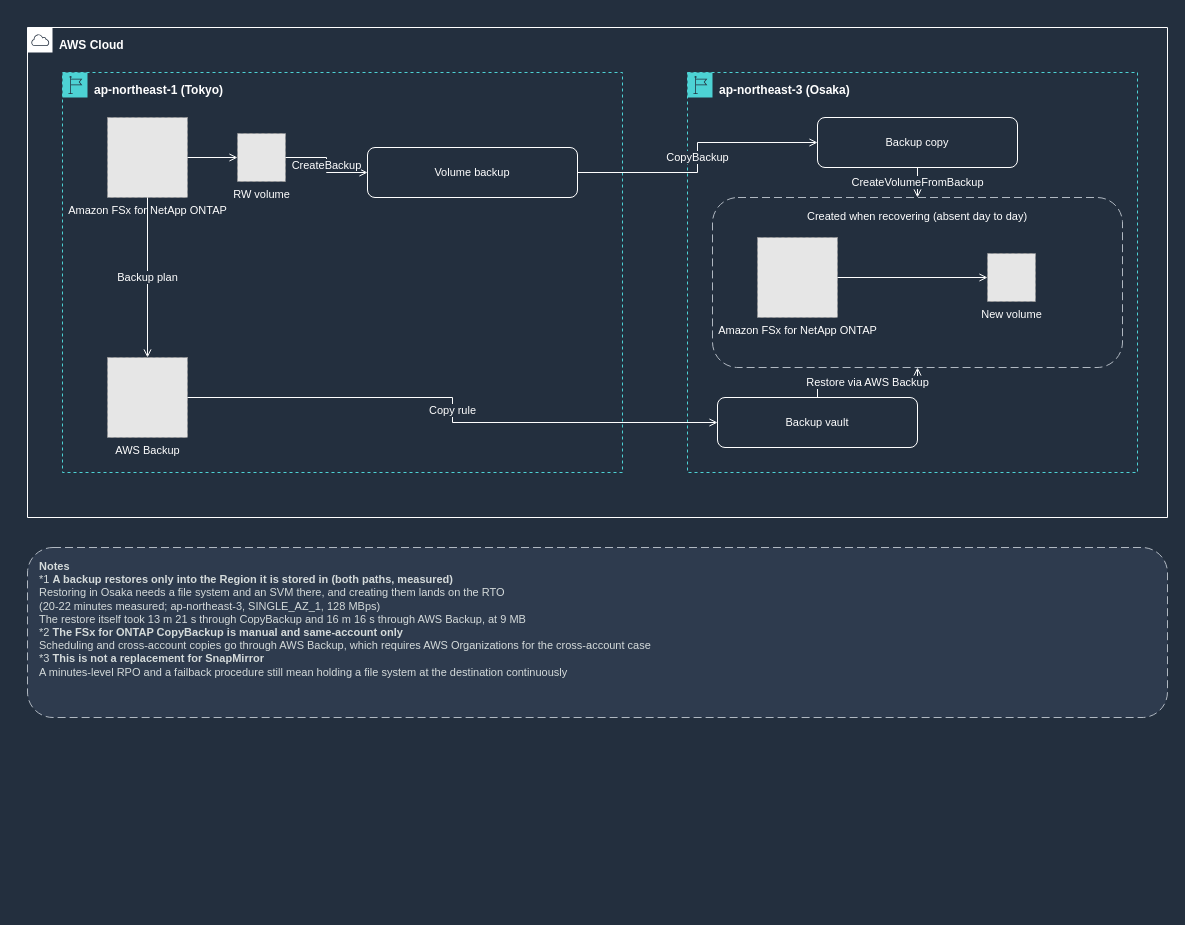
Yoshiki0705/FSx-for-ONTAP-Adoption-Playbook keeps this draw.io diagram as docs/_assets/diagrams/backup-copy-cross-region-en-dark.drawio. Above is the earlier version. Source tidied: cells renumbered, new cells numbered last; positions are measured from the earlier drawing's top-left corner, leaving out a move shared by most shapes. Both pictures are drawn from the tidied source at 100%, with x=0, y=0 at pixel (27, 27). Pictures stored in the file or linked from it are replaced by grey dashed boxes.
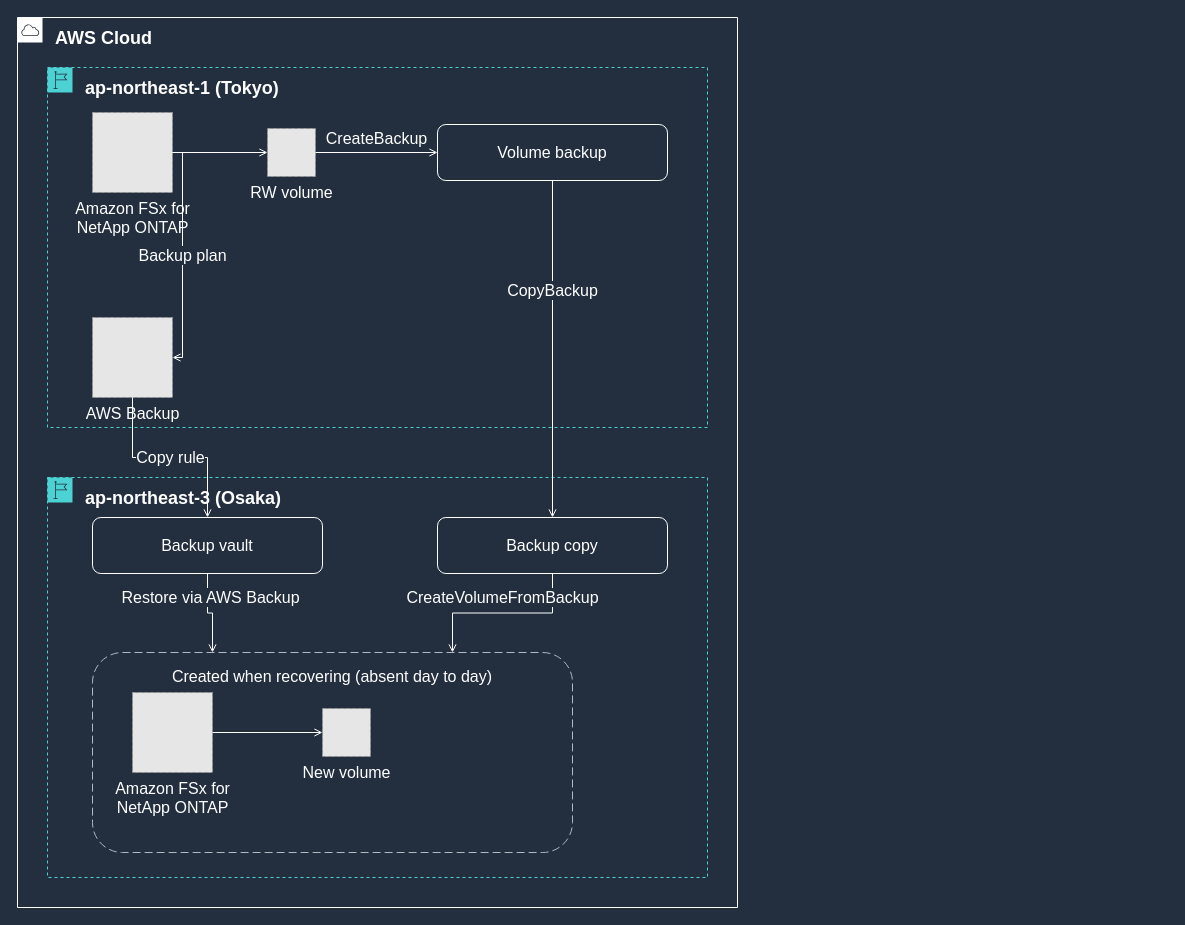
After the change.

Change to the diagram source:
```diff
@@
-    <mxCell id="2" value="AWS Cloud" style="gradientColor=none;html=1;whiteSpace=wrap;fontSize=12;fontStyle=1;fontColor=#FFFFFF;shape=mxgraph.aws4.group;grIcon=mxgraph.aws4.group_aws_cloud;strokeColor=#FFFFFF;fillColor=none;verticalAlign=top;align=left;spacingLeft=30;spacingTop=4;dashed=0;" parent="1" vertex="1">
-      <mxGeometry width="1140" height="490" as="geometry" />
+    <mxCell id="2" value="AWS Cloud" style="gradientColor=none;html=1;whiteSpace=wrap;fontSize=18;fontStyle=1;fontColor=#FFFFFF;shape=mxgraph.aws4.group;grIcon=mxgraph.aws4.group_aws_cloud;strokeColor=#FFFFFF;fillColor=none;verticalAlign=top;align=left;spacingLeft=36;spacingTop=4;dashed=0;" parent="1" vertex="1">
+      <mxGeometry x="-10" y="-10" width="720" height="890" as="geometry" />
     </mxCell>
-    <mxCell id="3" value="ap-northeast-1 (Tokyo)" style="gradientColor=none;html=1;whiteSpace=wrap;fontSize=12;fontStyle=1;fontColor=#FFFFFF;shape=mxgraph.aws4.group;grIcon=mxgraph.aws4.group_region;strokeColor=#4DD2D4;fillColor=none;verticalAlign=top;align=left;spacingLeft=30;spacingTop=4;dashed=1;" parent="1" vertex="1">
-      <mxGeometry x="35" y="45" width="560" height="400" as="geometry" />
+    <mxCell id="3" value="ap-northeast-1 (Tokyo)" style="gradientColor=none;html=1;whiteSpace=wrap;fontSize=18;fontStyle=1;fontColor=#FFFFFF;shape=mxgraph.aws4.group;grIcon=mxgraph.aws4.group_region;strokeColor=#4DD2D4;fillColor=none;verticalAlign=top;align=left;spacingLeft=36;spacingTop=4;dashed=1;" parent="1" vertex="1">
+      <mxGeometry x="20" y="40" width="660" height="360" as="geometry" />
     </mxCell>
-    <mxCell id="4" value="ap-northeast-3 (Osaka)" style="gradientColor=none;html=1;whiteSpace=wrap;fontSize=12;fontStyle=1;fontColor=#FFFFFF;shape=mxgraph.aws4.group;grIcon=mxgraph.aws4.group_region;strokeColor=#4DD2D4;fillColor=none;verticalAlign=top;align=left;spacingLeft=30;spacingTop=4;dashed=1;" parent="1" vertex="1">
-      <mxGeometry x="660" y="45" width="450" height="400" as="geometry" />
+    <mxCell id="4" value="ap-northeast-3 (Osaka)" style="gradientColor=none;html=1;whiteSpace=wrap;fontSize=18;fontStyle=1;fontColor=#FFFFFF;shape=mxgraph.aws4.group;grIcon=mxgraph.aws4.group_region;strokeColor=#4DD2D4;fillColor=none;verticalAlign=top;align=left;spacingLeft=36;spacingTop=4;dashed=1;" parent="1" vertex="1">
+      <mxGeometry x="20" y="450" width="660" height="400" as="geometry" />
     </mxCell>
-    <mxCell id="5" value="Created when recovering (absent day to day)" style="rounded=1;whiteSpace=wrap;html=1;dashed=1;dashPattern=8 4;strokeColor=#B0B8C1;fillColor=none;fontColor=#FFFFFF;fontSize=11;verticalAlign=top;align=center;spacingTop=6;" parent="1" vertex="1">
-      <mxGeometry x="685" y="170" width="410" height="170" as="geometry" />
+    <mxCell id="5" value="Created when recovering (absent day to day)" style="rounded=1;whiteSpace=wrap;html=1;dashed=1;dashPattern=8 4;strokeColor=#B0B8C1;fillColor=none;fontColor=#FFFFFF;fontSize=16;verticalAlign=top;align=center;spacingTop=8;" parent="1" vertex="1">
+      <mxGeometry x="65" y="625" width="480" height="200" as="geometry" />
     </mxCell>
-    <mxCell id="6" value="Volume backup" style="rounded=1;whiteSpace=wrap;html=1;strokeColor=#FFFFFF;fillColor=none;fontColor=#FFFFFF;fontSize=11;verticalAlign=middle;align=center;" parent="1" vertex="1">
-      <mxGeometry x="340" y="120" width="210" height="50" as="geometry" />
+    <mxCell id="6" value="Volume backup" style="rounded=1;whiteSpace=wrap;html=1;strokeColor=#FFFFFF;fillColor=none;fontColor=#FFFFFF;fontSize=16;verticalAlign=middle;align=center;" parent="1" vertex="1">
+      <mxGeometry x="410" y="97" width="230" height="56" as="geometry" />
     </mxCell>
-    <mxCell id="7" value="Backup copy" style="rounded=1;whiteSpace=wrap;html=1;strokeColor=#FFFFFF;fillColor=none;fontColor=#FFFFFF;fontSize=11;verticalAlign=middle;align=center;" parent="1" vertex="1">
-      <mxGeometry x="790" y="90" width="200" height="50" as="geometry" />
+    <mxCell id="7" value="Backup copy" style="rounded=1;whiteSpace=wrap;html=1;strokeColor=#FFFFFF;fillColor=none;fontColor=#FFFFFF;fontSize=16;verticalAlign=middle;align=center;" parent="1" vertex="1">
+      <mxGeometry x="410" y="490" width="230" height="56" as="geometry" />
     </mxCell>
-    <mxCell id="8" value="Backup vault" style="rounded=1;whiteSpace=wrap;html=1;strokeColor=#FFFFFF;fillColor=none;fontColor=#FFFFFF;fontSize=11;verticalAlign=middle;align=center;" parent="1" vertex="1">
-      <mxGeometry x="690" y="370" width="200" height="50" as="geometry" />
+    <mxCell id="8" value="Backup vault" style="rounded=1;whiteSpace=wrap;html=1;strokeColor=#FFFFFF;fillColor=none;fontColor=#FFFFFF;fontSize=16;verticalAlign=middle;align=center;" parent="1" vertex="1">
+      <mxGeometry x="65" y="490" width="230" height="56" as="geometry" />
     </mxCell>
-    <mxCell id="9" value="Amazon FSx for NetApp ONTAP" style="fillColor=#E6E6E6;strokeColor=#999999;dashed=1;html=1;verticalLabelPosition=bottom;verticalAlign=top;labelPosition=center;align=center;fontSize=11;fontColor=#FFFFFF;" parent="1" vertex="1">
-      <mxGeometry x="80" y="90" width="80" height="80" as="geometry" />
+    <mxCell id="9" value="Amazon FSx for&lt;br&gt;NetApp ONTAP" style="fillColor=#E6E6E6;strokeColor=#999999;dashed=1;html=1;verticalLabelPosition=bottom;verticalAlign=top;labelPosition=center;align=center;fontSize=16;fontColor=#FFFFFF;" parent="1" vertex="1">
+      <mxGeometry x="65" y="85" width="80" height="80" as="geometry" />
     </mxCell>
-    <mxCell id="10" value="RW volume" style="fillColor=#E6E6E6;strokeColor=#999999;dashed=1;html=1;verticalLabelPosition=bottom;verticalAlign=top;labelPosition=center;align=center;fontSize=11;fontColor=#FFFFFF;" parent="1" vertex="1">
-      <mxGeometry x="210" y="106" width="48" height="48" as="geometry" />
+    <mxCell id="10" value="RW volume" style="fillColor=#E6E6E6;strokeColor=#999999;dashed=1;html=1;verticalLabelPosition=bottom;verticalAlign=top;labelPosition=center;align=center;fontSize=16;fontColor=#FFFFFF;" parent="1" vertex="1">
+      <mxGeometry x="240" y="101" width="48" height="48" as="geometry" />
     </mxCell>
-    <mxCell id="11" value="AWS Backup" style="fillColor=#E6E6E6;strokeColor=#999999;dashed=1;html=1;verticalLabelPosition=bottom;verticalAlign=top;labelPosition=center;align=center;fontSize=11;fontColor=#FFFFFF;" parent="1" vertex="1">
-      <mxGeometry x="80" y="330" width="80" height="80" as="geometry" />
+    <mxCell id="11" value="AWS Backup" style="fillColor=#E6E6E6;strokeColor=#999999;dashed=1;html=1;verticalLabelPosition=bottom;verticalAlign=top;labelPosition=center;align=center;fontSize=16;fontColor=#FFFFFF;" parent="1" vertex="1">
+      <mxGeometry x="65" y="290" width="80" height="80" as="geometry" />
     </mxCell>
-    <mxCell id="12" value="Amazon FSx for NetApp ONTAP" style="fillColor=#E6E6E6;strokeColor=#999999;dashed=1;html=1;verticalLabelPosition=bottom;verticalAlign=top;labelPosition=center;align=center;fontSize=11;fontColor=#FFFFFF;" parent="1" vertex="1">
-      <mxGeometry x="730" y="210" width="80" height="80" as="geometry" />
+    <mxCell id="12" value="Amazon FSx for&lt;br&gt;NetApp ONTAP" style="fillColor=#E6E6E6;strokeColor=#999999;dashed=1;html=1;verticalLabelPosition=bottom;verticalAlign=top;labelPosition=center;align=center;fontSize=16;fontColor=#FFFFFF;" parent="1" vertex="1">
+      <mxGeometry x="105" y="665" width="80" height="80" as="geometry" />
     </mxCell>
-    <mxCell id="13" value="New volume" style="fillColor=#E6E6E6;strokeColor=#999999;dashed=1;html=1;verticalLabelPosition=bottom;verticalAlign=top;labelPosition=center;align=center;fontSize=11;fontColor=#FFFFFF;" parent="1" vertex="1">
-      <mxGeometry x="960" y="226" width="48" height="48" as="geometry" />
+    <mxCell id="13" value="New volume" style="fillColor=#E6E6E6;strokeColor=#999999;dashed=1;html=1;verticalLabelPosition=bottom;verticalAlign=top;labelPosition=center;align=center;fontSize=16;fontColor=#FFFFFF;" parent="1" vertex="1">
+      <mxGeometry x="295" y="681" width="48" height="48" as="geometry" />
     </mxCell>
-    <mxCell id="14" style="edgeStyle=orthogonalEdgeStyle;rounded=0;html=1;endArrow=open;endFill=0;strokeColor=#FFFFFF;strokeWidth=1;fontSize=11;fontColor=#FFFFFF;labelBackgroundColor=#232F3E;" parent="1" edge="1" source="9" target="10">
+    <mxCell id="14" style="edgeStyle=orthogonalEdgeStyle;rounded=0;html=1;endArrow=open;endFill=0;strokeColor=#FFFFFF;strokeWidth=1;fontSize=16;fontColor=#FFFFFF;labelBackgroundColor=#232F3E;" parent="1" edge="1" source="9" target="10">
       <mxGeometry relative="1" as="geometry" />
     </mxCell>
-    <mxCell id="15" value="CreateBackup" style="edgeStyle=orthogonalEdgeStyle;rounded=0;html=1;endArrow=open;endFill=0;strokeColor=#FFFFFF;strokeWidth=1;fontSize=11;fontColor=#FFFFFF;labelBackgroundColor=#232F3E;" parent="1" edge="1" source="10" target="6">
-      <mxGeometry relative="1" as="geometry" />
+    <mxCell id="15" value="CreateBackup" style="edgeStyle=orthogonalEdgeStyle;rounded=0;html=1;endArrow=open;endFill=0;strokeColor=#FFFFFF;strokeWidth=1;fontSize=16;fontColor=#FFFFFF;labelBackgroundColor=#232F3E;" parent="1" edge="1" source="10" target="6">
+      <mxGeometry relative="1" as="geometry">
+        <mxPoint y="-14" as="offset" />
+      </mxGeometry>
     </mxCell>
-    <mxCell id="16" value="CopyBackup" style="edgeStyle=orthogonalEdgeStyle;rounded=0;html=1;endArrow=open;endFill=0;strokeColor=#FFFFFF;strokeWidth=1;fontSize=11;fontColor=#FFFFFF;labelBackgroundColor=#232F3E;" parent="1" edge="1" source="6" target="7">
-      <mxGeometry relative="1" as="geometry" />
+    <mxCell id="16" value="CopyBackup" style="edgeStyle=orthogonalEdgeStyle;rounded=0;html=1;endArrow=open;endFill=0;strokeColor=#FFFFFF;strokeWidth=1;fontSize=16;fontColor=#FFFFFF;labelBackgroundColor=#232F3E;exitX=0.5;exitY=1.0;exitDx=0;exitDy=0;entryX=0.5;entryY=0.0;entryDx=0;entryDy=0;" parent="1" edge="1" source="6" target="7">
+      <mxGeometry x="-0.35" relative="1" as="geometry" />
     </mxCell>
-    <mxCell id="17" value="Backup plan" style="edgeStyle=orthogonalEdgeStyle;rounded=0;html=1;endArrow=open;endFill=0;strokeColor=#FFFFFF;strokeWidth=1;fontSize=11;fontColor=#FFFFFF;labelBackgroundColor=#232F3E;" parent="1" edge="1" source="9" target="11">
+    <mxCell id="17" value="Backup plan" style="edgeStyle=orthogonalEdgeStyle;rounded=0;html=1;endArrow=open;endFill=0;strokeColor=#FFFFFF;strokeWidth=1;fontSize=16;fontColor=#FFFFFF;labelBackgroundColor=#232F3E;exitX=1.0;exitY=0.5;exitDx=0;exitDy=0;entryX=1.0;entryY=0.5;entryDx=0;entryDy=0;" parent="1" edge="1" source="9" target="11">
       <mxGeometry relative="1" as="geometry" />
     </mxCell>
-    <mxCell id="18" value="Copy rule" style="edgeStyle=orthogonalEdgeStyle;rounded=0;html=1;endArrow=open;endFill=0;strokeColor=#FFFFFF;strokeWidth=1;fontSize=11;fontColor=#FFFFFF;labelBackgroundColor=#232F3E;" parent="1" edge="1" source="11" target="8">
+    <mxCell id="18" value="Copy rule" style="edgeStyle=orthogonalEdgeStyle;rounded=0;html=1;endArrow=open;endFill=0;strokeColor=#FFFFFF;strokeWidth=1;fontSize=16;fontColor=#FFFFFF;labelBackgroundColor=#232F3E;exitX=0.5;exitY=1.0;exitDx=0;exitDy=0;entryX=0.5;entryY=0.0;entryDx=0;entryDy=0;" parent="1" edge="1" source="11" target="8">
       <mxGeometry relative="1" as="geometry" />
     </mxCell>
-    <mxCell id="19" value="CreateVolumeFromBackup" style="edgeStyle=orthogonalEdgeStyle;rounded=0;html=1;endArrow=open;endFill=0;strokeColor=#FFFFFF;strokeWidth=1;fontSize=11;fontColor=#FFFFFF;labelBackgroundColor=#232F3E;exitX=0.5;exitY=1.0;exitDx=0;exitDy=0;entryX=0.5;entryY=0.0;entryDx=0;entryDy=0;" parent="1" edge="1" source="7" target="5">
-      <mxGeometry relative="1" as="geometry" />
+    <mxCell id="19" value="CreateVolumeFromBackup" style="edgeStyle=orthogonalEdgeStyle;rounded=0;html=1;endArrow=open;endFill=0;strokeColor=#FFFFFF;strokeWidth=1;fontSize=16;fontColor=#FFFFFF;labelBackgroundColor=#232F3E;exitX=0.5;exitY=1.0;exitDx=0;exitDy=0;entryX=0.75;entryY=0.0;entryDx=0;entryDy=0;" parent="1" edge="1" source="7" target="5">
+      <mxGeometry relative="1" as="geometry">
+        <mxPoint y="-16" as="offset" />
+      </mxGeometry>
     </mxCell>
-    <mxCell id="20" value="Restore via AWS Backup" style="edgeStyle=orthogonalEdgeStyle;rounded=0;html=1;endArrow=open;endFill=0;strokeColor=#FFFFFF;strokeWidth=1;fontSize=11;fontColor=#FFFFFF;labelBackgroundColor=#232F3E;exitX=0.5;exitY=0.0;exitDx=0;exitDy=0;entryX=0.5;entryY=1.0;entryDx=0;entryDy=0;" parent="1" edge="1" source="8" target="5">
-      <mxGeometry relative="1" as="geometry" />
+    <mxCell id="20" value="Restore via AWS Backup" style="edgeStyle=orthogonalEdgeStyle;rounded=0;html=1;endArrow=open;endFill=0;strokeColor=#FFFFFF;strokeWidth=1;fontSize=16;fontColor=#FFFFFF;labelBackgroundColor=#232F3E;exitX=0.5;exitY=1.0;exitDx=0;exitDy=0;entryX=0.25;entryY=0.0;entryDx=0;entryDy=0;" parent="1" edge="1" source="8" target="5">
+      <mxGeometry relative="1" as="geometry">
+        <mxPoint y="-16" as="offset" />
+      </mxGeometry>
     </mxCell>
-    <mxCell id="21" style="edgeStyle=orthogonalEdgeStyle;rounded=0;html=1;endArrow=open;endFill=0;strokeColor=#FFFFFF;strokeWidth=1;fontSize=11;fontColor=#FFFFFF;labelBackgroundColor=#232F3E;" parent="1" edge="1" source="12" target="13">
+    <mxCell id="21" style="edgeStyle=orthogonalEdgeStyle;rounded=0;html=1;endArrow=open;endFill=0;strokeColor=#FFFFFF;strokeWidth=1;fontSize=16;fontColor=#FFFFFF;labelBackgroundColor=#232F3E;" parent="1" edge="1" source="12" target="13">
       <mxGeometry relative="1" as="geometry" />
     </mxCell>
-    <mxCell id="22" value="&lt;b&gt;Notes&lt;/b&gt;&lt;br&gt;*1 &lt;b&gt;A backup restores only into the Region it is stored in (both paths, measured)&lt;/b&gt;&lt;br&gt;Restoring in Osaka needs a file system and an SVM there, and creating them lands on the RTO&lt;br&gt;(20-22 minutes measured; ap-northeast-3, SINGLE_AZ_1, 128 MBps)&lt;br&gt;The restore itself took 13 m 21 s through CopyBackup and 16 m 16 s through AWS Backup, at 9 MB&lt;br&gt;*2 &lt;b&gt;The FSx for ONTAP CopyBackup is manual and same-account only&lt;/b&gt;&lt;br&gt;Scheduling and cross-account copies go through AWS Backup, which requires AWS Organizations for the cross-account case&lt;br&gt;*3 &lt;b&gt;This is not a replacement for SnapMirror&lt;/b&gt;&lt;br&gt;A minutes-level RPO and a failback procedure still mean holding a file system at the destination continuously" style="rounded=1;whiteSpace=wrap;html=1;dashed=1;dashPattern=8 4;strokeColor=#B0B8C1;fillColor=#2E3B4E;fontColor=#D5DBDB;fontSize=11;align=left;verticalAlign=top;spacingLeft=10;spacingTop=6;" parent="1" vertex="1">
-      <mxGeometry y="520" width="1140" height="170" as="geometry" />
-    </mxCell>
```
